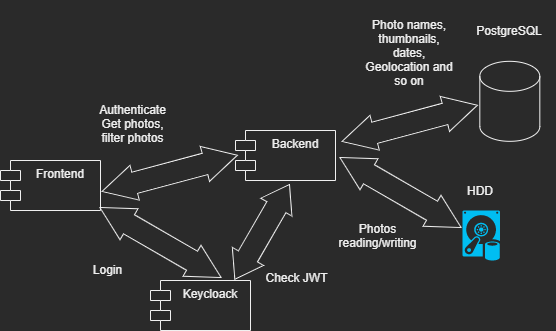
Earlier version of the draw.io export docs/img/HighLevel.png (DrMboga/PhotoLibrary). Source tidied: cells renumbered, new cells last; positions are measured from the earlier drawing's top-left corner, leaving out a move shared by most shapes.
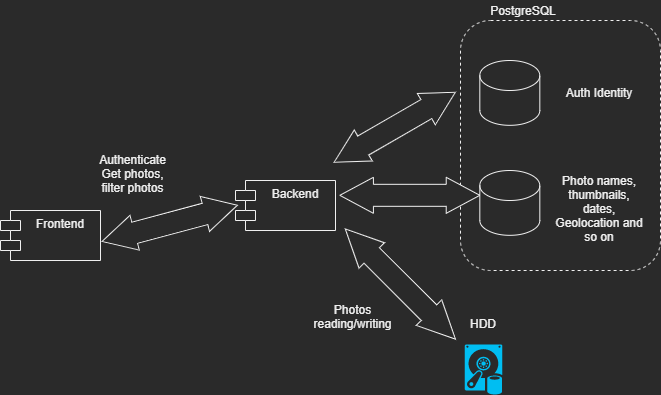
After the change.

Commit message:
chore: identity spec change

The edit, as a diff of the source:
```diff
@@ -2,15 +2,15 @@
   <root>
     <mxCell id="0" />
     <mxCell id="1" parent="0" />
+    <mxCell id="19" style="rounded=1;whiteSpace=wrap;html=1;fillColor=none;dashed=1;" parent="1" vertex="1">
+      <mxGeometry x="460" y="-30" width="200" height="250" as="geometry" />
+    </mxCell>
     <mxCell id="2" style="shape=cylinder3;whiteSpace=wrap;html=1;boundedLbl=1;backgroundOutline=1;size=15;" parent="1" vertex="1">
-      <mxGeometry x="479.3" y="60.8" width="60" height="80" as="geometry" />
+      <mxGeometry x="479.3" y="120" width="60" height="64.8" as="geometry" />
     </mxCell>
     <mxCell id="3" value="PostgreSQL" style="text;html=1;strokeColor=none;fillColor=none;align=center;verticalAlign=middle;whiteSpace=wrap;rounded=0;" parent="1" vertex="1">
-      <mxGeometry x="464.3" y="20" width="90" height="20" as="geometry" />
+      <mxGeometry x="477.7" y="-50" width="90" height="20" as="geometry" />
     </mxCell>
-    <mxCell id="4" value="Keycloack" style="shape=module;align=left;spacingLeft=20;align=center;verticalAlign=top;" parent="1" vertex="1">
-      <mxGeometry x="150" y="280" width="100" height="50" as="geometry" />
-    </mxCell>
     <mxCell id="5" value="Backend" style="shape=module;align=left;spacingLeft=20;align=center;verticalAlign=top;" parent="1" vertex="1">
       <mxGeometry x="235" y="130" width="100" height="50" as="geometry" />
     </mxCell>
@@ -18,40 +18,37 @@
       <mxGeometry y="160" width="100" height="50" as="geometry" />
     </mxCell>
     <mxCell id="7" style="verticalLabelPosition=bottom;html=1;verticalAlign=top;align=center;strokeColor=none;fillColor=#00BEF2;shape=mxgraph.azure.vhd_data_disk;" parent="1" vertex="1">
-      <mxGeometry x="462" y="210" width="37.5" height="50" as="geometry" />
+      <mxGeometry x="464.3" y="294" width="37.5" height="50" as="geometry" />
     </mxCell>
     <mxCell id="8" value="HDD" style="text;html=1;strokeColor=none;fillColor=none;align=center;verticalAlign=middle;whiteSpace=wrap;rounded=0;" parent="1" vertex="1">
-      <mxGeometry x="435" y="180" width="90" height="20" as="geometry" />
+      <mxGeometry x="438.1" y="263" width="90" height="20" as="geometry" />
     </mxCell>
     <mxCell id="9" style="shape=doubleArrow;whiteSpace=wrap;html=1;arrowWidth=0.6111111111111112;arrowSize=0.24;rotation=-15;" parent="1" vertex="1">
       <mxGeometry x="99.3" y="154.8" width="140" height="36" as="geometry" />
     </mxCell>
-    <mxCell id="10" style="shape=doubleArrow;whiteSpace=wrap;html=1;arrowWidth=0.6111111111111112;arrowSize=0.24;rotation=30;" parent="1" vertex="1">
-      <mxGeometry x="90" y="224" width="140" height="36" as="geometry" />
-    </mxCell>
-    <mxCell id="11" style="shape=doubleArrow;whiteSpace=wrap;html=1;arrowWidth=0.6111111111111112;arrowSize=0.24;rotation=-15;" parent="1" vertex="1">
-      <mxGeometry x="339.3" y="104.8" width="140" height="36" as="geometry" />
+    <mxCell id="11" style="shape=doubleArrow;whiteSpace=wrap;html=1;arrowWidth=0.6111111111111112;arrowSize=0.24;rotation=0;" parent="1" vertex="1">
+      <mxGeometry x="339.3" y="126.8" width="140" height="36" as="geometry" />
     </mxCell>
-    <mxCell id="12" style="shape=doubleArrow;whiteSpace=wrap;html=1;arrowWidth=0.6111111111111112;arrowSize=0.24;rotation=30;" parent="1" vertex="1">
-      <mxGeometry x="330" y="174" width="140" height="36" as="geometry" />
+    <mxCell id="12" style="shape=doubleArrow;whiteSpace=wrap;html=1;arrowWidth=0.6111111111111112;arrowSize=0.24;rotation=45;" parent="1" vertex="1">
+      <mxGeometry x="322" y="215.5" width="155.7" height="36" as="geometry" />
     </mxCell>
     <mxCell id="13" value="Photo names,&lt;br&gt;thumbnails, dates, Geolocation and so on" style="text;html=1;strokeColor=none;fillColor=none;align=center;verticalAlign=middle;whiteSpace=wrap;rounded=0;" parent="1" vertex="1">
-      <mxGeometry x="364.3" width="90" height="104.8" as="geometry" />
+      <mxGeometry x="554.3" y="105.2" width="90" height="104.8" as="geometry" />
     </mxCell>
     <mxCell id="14" value="Photos reading/writing" style="text;html=1;strokeColor=none;fillColor=none;align=center;verticalAlign=middle;whiteSpace=wrap;rounded=0;" parent="1" vertex="1">
-      <mxGeometry x="335" y="207" width="85" height="56" as="geometry" />
+      <mxGeometry x="310" y="238" width="85" height="56" as="geometry" />
     </mxCell>
-    <mxCell id="15" style="shape=doubleArrow;whiteSpace=wrap;html=1;arrowWidth=0.6111111111111112;arrowSize=0.24;rotation=120;" parent="1" vertex="1">
-      <mxGeometry x="207" y="213.3" width="109.3" height="36" as="geometry" />
-    </mxCell>
-    <mxCell id="16" value="Check JWT" style="text;html=1;strokeColor=none;fillColor=none;align=center;verticalAlign=middle;whiteSpace=wrap;rounded=0;" parent="1" vertex="1">
-      <mxGeometry x="254.3" y="249.3" width="85" height="56" as="geometry" />
-    </mxCell>
-    <mxCell id="17" value="Login" style="text;html=1;strokeColor=none;fillColor=none;align=center;verticalAlign=middle;whiteSpace=wrap;rounded=0;" parent="1" vertex="1">
-      <mxGeometry x="65" y="249.3" width="85" height="40" as="geometry" />
-    </mxCell>
     <mxCell id="18" value="Authenticate&lt;br&gt;Get photos, filter photos" style="text;html=1;strokeColor=none;fillColor=none;align=center;verticalAlign=middle;whiteSpace=wrap;rounded=0;" parent="1" vertex="1">
       <mxGeometry x="90" y="94.8" width="85" height="56" as="geometry" />
     </mxCell>
+    <mxCell id="20" style="shape=cylinder3;whiteSpace=wrap;html=1;boundedLbl=1;backgroundOutline=1;size=15;" parent="1" vertex="1">
+      <mxGeometry x="479.3" y="10" width="60" height="64.8" as="geometry" />
+    </mxCell>
+    <mxCell id="21" value="Auth Identity" style="text;html=1;strokeColor=none;fillColor=none;align=center;verticalAlign=middle;whiteSpace=wrap;rounded=0;" parent="1" vertex="1">
+      <mxGeometry x="554.3" y="17.4" width="90" height="50" as="geometry" />
+    </mxCell>
+    <mxCell id="22" style="shape=doubleArrow;whiteSpace=wrap;html=1;arrowWidth=0.6111111111111112;arrowSize=0.24;rotation=-30;" parent="1" vertex="1">
+      <mxGeometry x="324.3" y="58.8" width="140" height="36" as="geometry" />
+    </mxCell>
   </root>
 </mxGraphModel>
```
